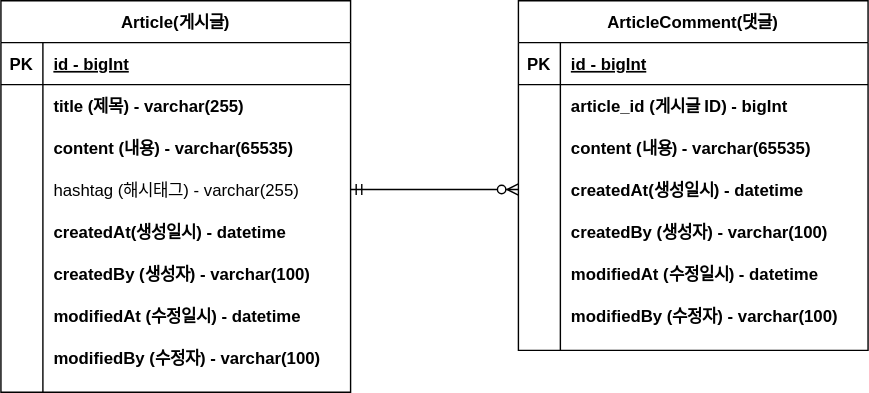
This is documents/ERD.svg from ancunho/fastcampus-board-springboot-practice, a draw.io export, as it was before one commit. Source tidied: cells renumbered, new cells last; positions are measured from the earlier drawing's top-left corner, leaving out a move shared by most shapes. Source of this version:
```xml
<mxGraphModel>
  <root>
    <mxCell id="0" />
    <mxCell id="1" parent="0" />
    <mxCell id="2" value="Article(게시글)" style="shape=table;startSize=30;rowLines=0;fontStyle=1;align=center;" parent="1" vertex="1">
      <mxGeometry width="250" height="280" as="geometry" />
    </mxCell>
    <mxCell id="3" style="shape=partialRectangle;fillColor=none;top=0;left=0;right=0;bottom=1;" parent="2" vertex="1">
      <mxGeometry y="30" width="250" height="30" as="geometry" />
    </mxCell>
    <mxCell id="4" value="PK" style="shape=partialRectangle;overflow=hidden;fillColor=none;top=0;left=0;bottom=0;right=0;fontStyle=1;" parent="3" vertex="1">
      <mxGeometry width="30" height="30" as="geometry" />
    </mxCell>
    <mxCell id="5" value="id - bigInt" style="shape=partialRectangle;overflow=hidden;fillColor=none;top=0;left=0;bottom=0;right=0;align=left;spacingLeft=6;fontStyle=5;" parent="3" vertex="1">
      <mxGeometry x="30" width="220" height="30" as="geometry" />
    </mxCell>
    <mxCell id="6" style="shape=partialRectangle;fillColor=none;top=0;left=0;right=0;bottom=0;" parent="2" vertex="1">
      <mxGeometry y="60" width="250" height="30" as="geometry" />
    </mxCell>
    <mxCell id="7" style="shape=partialRectangle;overflow=hidden;fillColor=none;top=0;left=0;bottom=0;right=0;" parent="6" vertex="1">
      <mxGeometry width="30" height="30" as="geometry" />
    </mxCell>
    <mxCell id="8" value="title (제목) - varchar(255)" style="shape=partialRectangle;overflow=hidden;fillColor=none;top=0;left=0;bottom=0;right=0;align=left;spacingLeft=6;fontStyle=1;" parent="6" vertex="1">
      <mxGeometry x="30" width="220" height="30" as="geometry" />
    </mxCell>
    <mxCell id="9" style="shape=partialRectangle;fillColor=none;top=0;left=0;right=0;bottom=0;" parent="2" vertex="1">
      <mxGeometry y="90" width="250" height="30" as="geometry" />
    </mxCell>
    <mxCell id="10" style="shape=partialRectangle;overflow=hidden;fillColor=none;top=0;left=0;bottom=0;right=0;" parent="9" vertex="1">
      <mxGeometry width="30" height="30" as="geometry" />
    </mxCell>
    <mxCell id="11" value="content (내용) - varchar(65535)" style="shape=partialRectangle;overflow=hidden;fillColor=none;top=0;left=0;bottom=0;right=0;align=left;spacingLeft=6;fontStyle=1;" parent="9" vertex="1">
      <mxGeometry x="30" width="220" height="30" as="geometry" />
    </mxCell>
    <mxCell id="12" style="shape=partialRectangle;fillColor=none;points=[[0,0.5],[1,0.5]];portConstraint=eastwest;top=0;left=0;right=0;bottom=0;" parent="2" vertex="1">
      <mxGeometry y="120" width="250" height="30" as="geometry" />
    </mxCell>
    <mxCell id="13" style="shape=partialRectangle;overflow=hidden;fillColor=none;top=0;left=0;bottom=0;right=0;" parent="12" vertex="1">
      <mxGeometry width="30" height="30" as="geometry" />
    </mxCell>
    <mxCell id="14" value="hashtag (해시태그) - varchar(255)" style="shape=partialRectangle;overflow=hidden;fillColor=none;top=0;left=0;bottom=0;right=0;align=left;spacingLeft=6;" parent="12" vertex="1">
      <mxGeometry x="30" width="220" height="30" as="geometry" />
    </mxCell>
    <mxCell id="15" style="shape=partialRectangle;fillColor=none;top=0;left=0;right=0;bottom=0;" parent="2" vertex="1">
      <mxGeometry y="150" width="250" height="30" as="geometry" />
    </mxCell>
    <mxCell id="16" style="shape=partialRectangle;overflow=hidden;fillColor=none;top=0;left=0;bottom=0;right=0;" parent="15" vertex="1">
      <mxGeometry width="30" height="30" as="geometry" />
    </mxCell>
    <mxCell id="17" value="createdAt(생성일시) - datetime" style="shape=partialRectangle;overflow=hidden;fillColor=none;top=0;left=0;bottom=0;right=0;align=left;spacingLeft=6;fontStyle=1;" parent="15" vertex="1">
      <mxGeometry x="30" width="220" height="30" as="geometry" />
    </mxCell>
    <mxCell id="18" style="shape=partialRectangle;fillColor=none;top=0;left=0;right=0;bottom=0;" parent="2" vertex="1">
      <mxGeometry y="180" width="250" height="30" as="geometry" />
    </mxCell>
    <mxCell id="19" style="shape=partialRectangle;overflow=hidden;fillColor=none;top=0;left=0;bottom=0;right=0;" parent="18" vertex="1">
      <mxGeometry width="30" height="30" as="geometry" />
    </mxCell>
    <mxCell id="20" value="createdBy (생성자) - varchar(100)" style="shape=partialRectangle;overflow=hidden;fillColor=none;top=0;left=0;bottom=0;right=0;align=left;spacingLeft=6;fontStyle=1;" parent="18" vertex="1">
      <mxGeometry x="30" width="220" height="30" as="geometry" />
    </mxCell>
    <mxCell id="21" style="shape=partialRectangle;fillColor=none;top=0;left=0;right=0;bottom=0;" parent="2" vertex="1">
      <mxGeometry y="210" width="250" height="30" as="geometry" />
    </mxCell>
    <mxCell id="22" style="shape=partialRectangle;overflow=hidden;fillColor=none;top=0;left=0;bottom=0;right=0;" parent="21" vertex="1">
      <mxGeometry width="30" height="30" as="geometry" />
    </mxCell>
    <mxCell id="23" value="modifiedAt (수정일시) - datetime" style="shape=partialRectangle;overflow=hidden;fillColor=none;top=0;left=0;bottom=0;right=0;align=left;spacingLeft=6;fontStyle=1;" parent="21" vertex="1">
      <mxGeometry x="30" width="220" height="30" as="geometry" />
    </mxCell>
    <mxCell id="24" style="shape=partialRectangle;fillColor=none;top=0;left=0;right=0;bottom=0;" parent="2" vertex="1">
      <mxGeometry y="240" width="250" height="30" as="geometry" />
    </mxCell>
    <mxCell id="25" style="shape=partialRectangle;overflow=hidden;fillColor=none;top=0;left=0;bottom=0;right=0;" parent="24" vertex="1">
      <mxGeometry width="30" height="30" as="geometry" />
    </mxCell>
    <mxCell id="26" value="modifiedBy (수정자) - varchar(100)" style="shape=partialRectangle;overflow=hidden;fillColor=none;top=0;left=0;bottom=0;right=0;align=left;spacingLeft=6;fontStyle=1;" parent="24" vertex="1">
      <mxGeometry x="30" width="220" height="30" as="geometry" />
    </mxCell>
    <mxCell id="27" value="ArticleComment(댓글)" style="shape=table;startSize=30;rowLines=0;fontStyle=1;align=center;" parent="1" vertex="1">
      <mxGeometry x="370" width="250" height="250" as="geometry" />
    </mxCell>
    <mxCell id="28" style="shape=partialRectangle;fillColor=none;top=0;left=0;right=0;bottom=1;" parent="27" vertex="1">
      <mxGeometry y="30" width="250" height="30" as="geometry" />
    </mxCell>
    <mxCell id="29" value="PK" style="shape=partialRectangle;overflow=hidden;fillColor=none;top=0;left=0;bottom=0;right=0;fontStyle=1;" parent="28" vertex="1">
      <mxGeometry width="30" height="30" as="geometry" />
    </mxCell>
    <mxCell id="30" value="id - bigInt" style="shape=partialRectangle;overflow=hidden;fillColor=none;top=0;left=0;bottom=0;right=0;align=left;spacingLeft=6;fontStyle=5;" parent="28" vertex="1">
      <mxGeometry x="30" width="220" height="30" as="geometry" />
    </mxCell>
    <mxCell id="31" style="shape=partialRectangle;fillColor=none;top=0;left=0;right=0;bottom=0;" parent="27" vertex="1">
      <mxGeometry y="60" width="250" height="30" as="geometry" />
    </mxCell>
    <mxCell id="32" style="shape=partialRectangle;overflow=hidden;fillColor=none;top=0;left=0;bottom=0;right=0;" parent="31" vertex="1">
      <mxGeometry width="30" height="30" as="geometry" />
    </mxCell>
    <mxCell id="33" value="article_id (게시글 ID) - bigInt" style="shape=partialRectangle;overflow=hidden;fillColor=none;top=0;left=0;bottom=0;right=0;align=left;spacingLeft=6;fontStyle=1;" parent="31" vertex="1">
      <mxGeometry x="30" width="220" height="30" as="geometry" />
    </mxCell>
    <mxCell id="34" style="shape=partialRectangle;fillColor=none;top=0;left=0;right=0;bottom=0;" parent="27" vertex="1">
      <mxGeometry y="90" width="250" height="30" as="geometry" />
    </mxCell>
    <mxCell id="35" style="shape=partialRectangle;overflow=hidden;fillColor=none;top=0;left=0;bottom=0;right=0;" parent="34" vertex="1">
      <mxGeometry width="30" height="30" as="geometry" />
    </mxCell>
    <mxCell id="36" value="content (내용) - varchar(65535)" style="shape=partialRectangle;overflow=hidden;fillColor=none;top=0;left=0;bottom=0;right=0;align=left;spacingLeft=6;fontStyle=1;" parent="34" vertex="1">
      <mxGeometry x="30" width="220" height="30" as="geometry" />
    </mxCell>
    <mxCell id="37" style="shape=partialRectangle;fillColor=none;points=[[0,0.5],[1,0.5]];portConstraint=eastwest;top=0;left=0;right=0;bottom=0;" parent="27" vertex="1">
      <mxGeometry y="120" width="250" height="30" as="geometry" />
    </mxCell>
    <mxCell id="38" style="shape=partialRectangle;overflow=hidden;fillColor=none;top=0;left=0;bottom=0;right=0;" parent="37" vertex="1">
      <mxGeometry width="30" height="30" as="geometry" />
    </mxCell>
    <mxCell id="39" value="createdAt(생성일시) - datetime" style="shape=partialRectangle;overflow=hidden;fillColor=none;top=0;left=0;bottom=0;right=0;align=left;spacingLeft=6;fontStyle=1;" parent="37" vertex="1">
      <mxGeometry x="30" width="220" height="30" as="geometry" />
    </mxCell>
    <mxCell id="40" style="shape=partialRectangle;fillColor=none;top=0;left=0;right=0;bottom=0;" parent="27" vertex="1">
      <mxGeometry y="150" width="250" height="30" as="geometry" />
    </mxCell>
    <mxCell id="41" style="shape=partialRectangle;overflow=hidden;fillColor=none;top=0;left=0;bottom=0;right=0;" parent="40" vertex="1">
      <mxGeometry width="30" height="30" as="geometry" />
    </mxCell>
    <mxCell id="42" value="createdBy (생성자) - varchar(100)" style="shape=partialRectangle;overflow=hidden;fillColor=none;top=0;left=0;bottom=0;right=0;align=left;spacingLeft=6;fontStyle=1;" parent="40" vertex="1">
      <mxGeometry x="30" width="220" height="30" as="geometry" />
    </mxCell>
    <mxCell id="43" style="shape=partialRectangle;fillColor=none;top=0;left=0;right=0;bottom=0;" parent="27" vertex="1">
      <mxGeometry y="180" width="250" height="30" as="geometry" />
    </mxCell>
    <mxCell id="44" style="shape=partialRectangle;overflow=hidden;fillColor=none;top=0;left=0;bottom=0;right=0;" parent="43" vertex="1">
      <mxGeometry width="30" height="30" as="geometry" />
    </mxCell>
    <mxCell id="45" value="modifiedAt (수정일시) - datetime" style="shape=partialRectangle;overflow=hidden;fillColor=none;top=0;left=0;bottom=0;right=0;align=left;spacingLeft=6;fontStyle=1;" parent="43" vertex="1">
      <mxGeometry x="30" width="220" height="30" as="geometry" />
    </mxCell>
    <mxCell id="46" style="shape=partialRectangle;fillColor=none;top=0;left=0;right=0;bottom=0;" parent="27" vertex="1">
      <mxGeometry y="210" width="250" height="30" as="geometry" />
    </mxCell>
    <mxCell id="47" style="shape=partialRectangle;overflow=hidden;fillColor=none;top=0;left=0;bottom=0;right=0;" parent="46" vertex="1">
      <mxGeometry width="30" height="30" as="geometry" />
    </mxCell>
    <mxCell id="48" value="modifiedBy (수정자) - varchar(100)" style="shape=partialRectangle;overflow=hidden;fillColor=none;top=0;left=0;bottom=0;right=0;align=left;spacingLeft=6;fontStyle=1;" parent="46" vertex="1">
      <mxGeometry x="30" width="220" height="30" as="geometry" />
    </mxCell>
    <mxCell id="49" style="edgeStyle=entityRelationEdgeStyle;fontSize=12;html=1;endArrow=ERzeroToMany;startArrow=ERmandOne;exitX=1;exitY=0.5;exitDx=0;exitDy=0;entryX=0;entryY=0.5;entryDx=0;entryDy=0;" parent="1" edge="1" source="12" target="37">
      <mxGeometry relative="1" as="geometry" />
    </mxCell>
  </root>
</mxGraphModel>
```
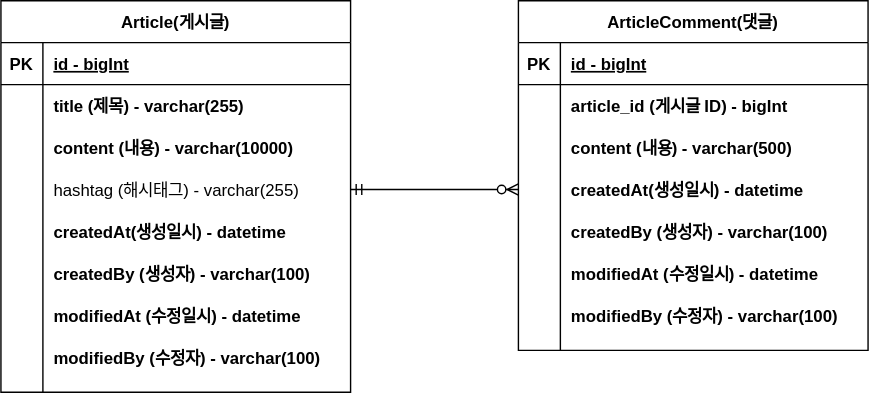
The same file after the commit.

What changed in the source:
```diff
@@ -29,7 +29,7 @@
     <mxCell id="10" style="shape=partialRectangle;overflow=hidden;fillColor=none;top=0;left=0;bottom=0;right=0;" parent="9" vertex="1">
       <mxGeometry width="30" height="30" as="geometry" />
     </mxCell>
-    <mxCell id="11" value="content (내용) - varchar(65535)" style="shape=partialRectangle;overflow=hidden;fillColor=none;top=0;left=0;bottom=0;right=0;align=left;spacingLeft=6;fontStyle=1;" parent="9" vertex="1">
+    <mxCell id="11" value="content (내용) - varchar(10000)" style="shape=partialRectangle;overflow=hidden;fillColor=none;top=0;left=0;bottom=0;right=0;align=left;spacingLeft=6;fontStyle=1;" parent="9" vertex="1">
       <mxGeometry x="30" width="220" height="30" as="geometry" />
     </mxCell>
     <mxCell id="12" style="shape=partialRectangle;fillColor=none;points=[[0,0.5],[1,0.5]];portConstraint=eastwest;top=0;left=0;right=0;bottom=0;" parent="2" vertex="1">
@@ -104,7 +104,7 @@
     <mxCell id="35" style="shape=partialRectangle;overflow=hidden;fillColor=none;top=0;left=0;bottom=0;right=0;" parent="34" vertex="1">
       <mxGeometry width="30" height="30" as="geometry" />
     </mxCell>
-    <mxCell id="36" value="content (내용) - varchar(65535)" style="shape=partialRectangle;overflow=hidden;fillColor=none;top=0;left=0;bottom=0;right=0;align=left;spacingLeft=6;fontStyle=1;" parent="34" vertex="1">
+    <mxCell id="36" value="content (내용) - varchar(500)" style="shape=partialRectangle;overflow=hidden;fillColor=none;top=0;left=0;bottom=0;right=0;align=left;spacingLeft=6;fontStyle=1;" parent="34" vertex="1">
       <mxGeometry x="30" width="220" height="30" as="geometry" />
     </mxCell>
     <mxCell id="37" style="shape=partialRectangle;fillColor=none;points=[[0,0.5],[1,0.5]];portConstraint=eastwest;top=0;left=0;right=0;bottom=0;" parent="27" vertex="1">
```
